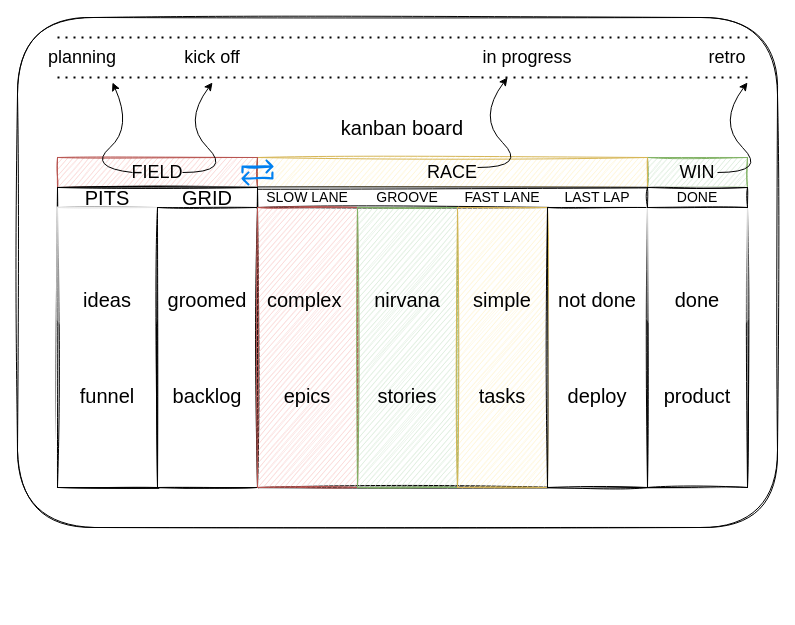
Above: images/racexp.drawio in nirv-ai/racexp (draw.io), before the change. Source tidied: cells renumbered, new cells numbered last; positions are measured from the earlier drawing's top-left corner, leaving out a move shared by most shapes. Both pictures are drawn from the tidied source at 100%, with x=0, y=0 at pixel (17, 17).
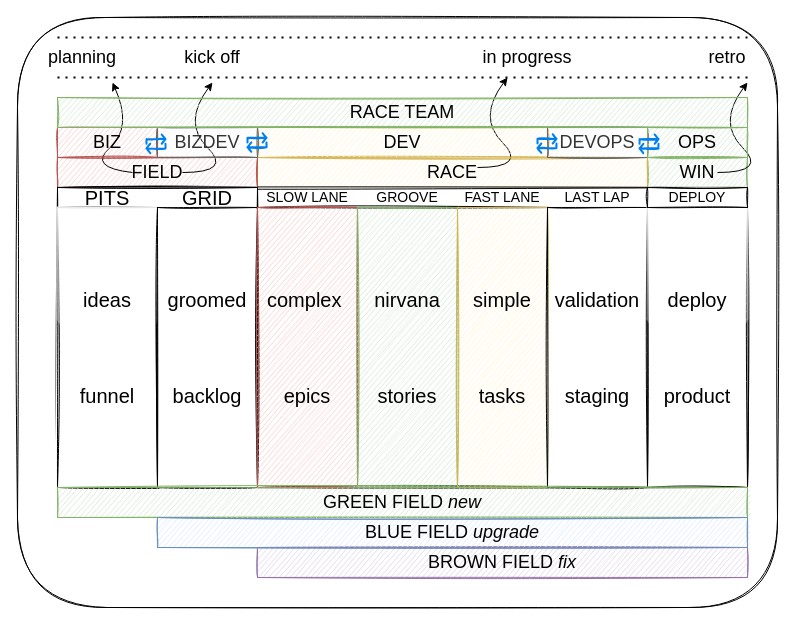
After the change.

Diff of the diagram source:
```diff
@@
     <mxCell id="2" style="rounded=1;whiteSpace=wrap;html=1;sketch=1;" parent="1" vertex="1">
-      <mxGeometry width="760" height="510" as="geometry" />
+      <mxGeometry width="760" height="590" as="geometry" />
     </mxCell>
@@
-    <mxCell id="9" value="kanban board" style="text;html=1;strokeColor=none;fillColor=none;align=center;verticalAlign=middle;whiteSpace=wrap;rounded=0;fontSize=20;sketch=1;" parent="1" vertex="1">
-      <mxGeometry x="125" y="100" width="520" height="20" as="geometry" />
-    </mxCell>
@@
-    <mxCell id="22" value="not done&lt;br&gt;&lt;br&gt;&lt;br&gt;&lt;br&gt;deploy" style="rounded=0;whiteSpace=wrap;html=1;fontSize=20;sketch=1;" parent="1" vertex="1">
+    <mxCell id="22" value="validation&lt;br&gt;&lt;br&gt;&lt;br&gt;&lt;br&gt;staging" style="rounded=0;whiteSpace=wrap;html=1;fontSize=20;sketch=1;" parent="1" vertex="1">
       <mxGeometry x="530" y="190" width="100" height="280" as="geometry" />
     </mxCell>
-    <mxCell id="23" value="done&lt;br&gt;&lt;br&gt;&lt;br&gt;&lt;br&gt;product" style="rounded=0;whiteSpace=wrap;html=1;fontSize=20;sketch=1;glass=1;" parent="1" vertex="1">
+    <mxCell id="23" value="deploy&lt;br&gt;&lt;br&gt;&lt;br&gt;&lt;br&gt;product" style="rounded=0;whiteSpace=wrap;html=1;fontSize=20;sketch=1;glass=1;" parent="1" vertex="1">
       <mxGeometry x="630" y="190" width="100" height="280" as="geometry" />
     </mxCell>
@@
-    <mxCell id="25" value="DONE" style="text;html=1;strokeColor=none;fillColor=none;align=center;verticalAlign=middle;whiteSpace=wrap;rounded=0;fontSize=14;sketch=1;" parent="1" vertex="1">
+    <mxCell id="25" value="DEPLOY" style="text;html=1;strokeColor=none;fillColor=none;align=center;verticalAlign=middle;whiteSpace=wrap;rounded=0;fontSize=14;sketch=1;" parent="1" vertex="1">
       <mxGeometry x="630" y="170" width="100" height="20" as="geometry" />
     </mxCell>
@@
-    <mxCell id="32" style="html=1;verticalLabelPosition=bottom;align=center;labelBackgroundColor=#ffffff;verticalAlign=top;strokeWidth=2;strokeColor=#0080F0;shadow=0;dashed=0;shape=mxgraph.ios7.icons.repeat;sketch=1;fontSize=18;" parent="1" vertex="1">
-      <mxGeometry x="225" y="143" width="30" height="24" as="geometry" />
-    </mxCell>
@@
+    <mxCell id="37" value="BIZ" style="rounded=0;whiteSpace=wrap;html=1;sketch=1;fontSize=18;fillColor=#f8cecc;strokeColor=#b85450;" parent="1" vertex="1">
+      <mxGeometry x="40" y="110" width="100" height="30" as="geometry" />
+    </mxCell>
+    <mxCell id="38" value="DEV" style="rounded=0;whiteSpace=wrap;html=1;sketch=1;fontSize=18;fillColor=#fff2cc;strokeColor=#d6b656;" parent="1" vertex="1">
+      <mxGeometry x="240" y="110" width="290" height="30" as="geometry" />
+    </mxCell>
+    <mxCell id="39" value="DEVOPS" style="rounded=0;whiteSpace=wrap;html=1;sketch=1;fontSize=18;fillColor=#f5f5f5;strokeColor=#666666;fontColor=#333333;" parent="1" vertex="1">
+      <mxGeometry x="530" y="110" width="100" height="30" as="geometry" />
+    </mxCell>
+    <mxCell id="40" value="OPS" style="rounded=0;whiteSpace=wrap;html=1;sketch=1;fontSize=18;fillColor=#d5e8d4;strokeColor=#82b366;" parent="1" vertex="1">
+      <mxGeometry x="630" y="110" width="100" height="30" as="geometry" />
+    </mxCell>
+    <mxCell id="41" value="BIZDEV" style="rounded=0;whiteSpace=wrap;html=1;sketch=1;fontSize=18;fillColor=#f5f5f5;strokeColor=#666666;fontColor=#333333;" parent="1" vertex="1">
+      <mxGeometry x="140" y="110" width="100" height="30" as="geometry" />
+    </mxCell>
+    <mxCell id="42" value="RACE TEAM" style="rounded=0;whiteSpace=wrap;html=1;sketch=1;fontSize=18;fillColor=#d5e8d4;strokeColor=#82b366;" parent="1" vertex="1">
+      <mxGeometry x="40" y="80" width="690" height="30" as="geometry" />
+    </mxCell>
+    <mxCell id="43" value="GREEN FIELD &lt;i&gt;new&lt;/i&gt;" style="rounded=0;whiteSpace=wrap;html=1;sketch=1;fontSize=18;fillColor=#d5e8d4;strokeColor=#82b366;" parent="1" vertex="1">
+      <mxGeometry x="40" y="470" width="690" height="30" as="geometry" />
+    </mxCell>
+    <mxCell id="44" value="BROWN FIELD &lt;i&gt;fix&lt;/i&gt;" style="rounded=0;whiteSpace=wrap;html=1;sketch=1;fontSize=18;fillColor=#e1d5e7;strokeColor=#9673a6;" parent="1" vertex="1">
+      <mxGeometry x="240" y="530" width="490" height="30" as="geometry" />
+    </mxCell>
+    <mxCell id="45" value="BLUE FIELD &lt;i&gt;upgrade&lt;/i&gt;" style="rounded=0;whiteSpace=wrap;html=1;sketch=1;fontSize=18;fillColor=#dae8fc;strokeColor=#6c8ebf;" parent="1" vertex="1">
+      <mxGeometry x="140" y="500" width="590" height="30" as="geometry" />
+    </mxCell>
+    <mxCell id="46" style="html=1;verticalLabelPosition=bottom;align=center;labelBackgroundColor=#ffffff;verticalAlign=top;strokeWidth=2;strokeColor=#0080F0;shadow=0;dashed=0;shape=mxgraph.ios7.icons.repeat;sketch=1;fontSize=18;" parent="1" vertex="1">
+      <mxGeometry x="129" y="117" width="19" height="18.6" as="geometry" />
+    </mxCell>
+    <mxCell id="47" style="html=1;verticalLabelPosition=bottom;align=center;labelBackgroundColor=#ffffff;verticalAlign=top;strokeWidth=2;strokeColor=#0080F0;shadow=0;dashed=0;shape=mxgraph.ios7.icons.repeat;sketch=1;fontSize=18;" parent="1" vertex="1">
+      <mxGeometry x="230" y="115.7" width="19" height="18.6" as="geometry" />
+    </mxCell>
+    <mxCell id="48" style="html=1;verticalLabelPosition=bottom;align=center;labelBackgroundColor=#ffffff;verticalAlign=top;strokeWidth=2;strokeColor=#0080F0;shadow=0;dashed=0;shape=mxgraph.ios7.icons.repeat;sketch=1;fontSize=18;" parent="1" vertex="1">
+      <mxGeometry x="520" y="116.7" width="19" height="18.6" as="geometry" />
+    </mxCell>
+    <mxCell id="49" style="html=1;verticalLabelPosition=bottom;align=center;labelBackgroundColor=#ffffff;verticalAlign=top;strokeWidth=2;strokeColor=#0080F0;shadow=0;dashed=0;shape=mxgraph.ios7.icons.repeat;sketch=1;fontSize=18;" parent="1" vertex="1">
+      <mxGeometry x="622" y="117" width="19" height="18.6" as="geometry" />
+    </mxCell>
```
